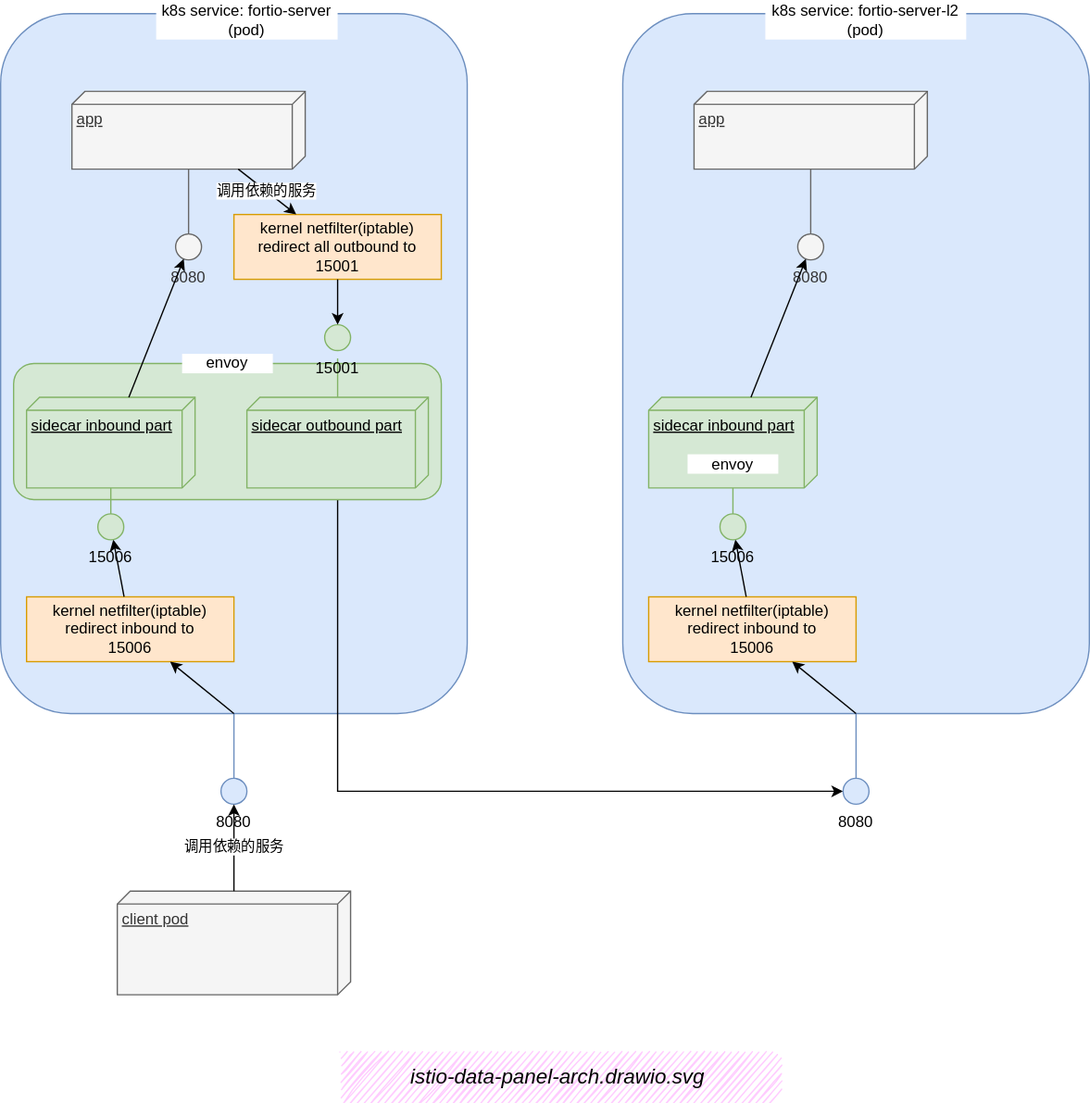
The draw.io diagram docs/source/ch1-istio-arch/istio-data-panel-arch.assets/istio-data-panel-arch.drawio.svg in labilezhu/istio-insider, before a commit. Source tidied: cells renumbered, new cells last; positions are measured from the earlier drawing's top-left corner, leaving out a move shared by most shapes. Its diagram source:
```xml
<mxGraphModel>
  <root>
    <mxCell id="0" />
    <mxCell id="1" parent="0" />
    <mxCell id="2" value="client pod" style="verticalAlign=top;align=left;spacingTop=8;spacingLeft=2;spacingRight=12;shape=cube;size=10;direction=south;fontStyle=4;html=1;fillColor=#f5f5f5;strokeColor=#666666;fontColor=#333333;" parent="1" vertex="1">
      <mxGeometry x="90" y="687" width="180" height="80" as="geometry" />
    </mxCell>
    <mxCell id="3" style="rounded=1;whiteSpace=wrap;html=1;fillColor=#dae8fc;strokeColor=#6c8ebf;" parent="1" vertex="1">
      <mxGeometry y="10" width="360" height="540" as="geometry" />
    </mxCell>
    <mxCell id="4" value="app" style="verticalAlign=top;align=left;spacingTop=8;spacingLeft=2;spacingRight=12;shape=cube;size=10;direction=south;fontStyle=4;html=1;fillColor=#f5f5f5;strokeColor=#666666;fontColor=#333333;" parent="1" vertex="1">
      <mxGeometry x="55" y="70" width="180" height="60" as="geometry" />
    </mxCell>
    <mxCell id="5" style="jettySize=auto;html=1;endArrow=none;fontSize=12;fontColor=#333333;fontStyle=4;align=left;verticalAlign=top;strokeColor=#666666;fillColor=#f5f5f5;spacingTop=8;spacingLeft=2;spacingRight=12;" parent="1" edge="1" source="4" target="6">
      <mxGeometry relative="1" as="geometry" />
    </mxCell>
    <mxCell id="6" value="8080" style="ellipse;whiteSpace=wrap;html=1;align=center;points=[];outlineConnect=0;sketch=0;labelPosition=center;verticalLabelPosition=bottom;verticalAlign=top;fillColor=#f5f5f5;strokeColor=#666666;fontColor=#333333;" parent="1" vertex="1">
      <mxGeometry x="135" y="180" width="20" height="20" as="geometry" />
    </mxCell>
    <mxCell id="7" style="rounded=1;jettySize=auto;html=1;endArrow=none;exitX=0.5;exitY=1;exitDx=0;exitDy=0;fontSize=12;strokeColor=#6c8ebf;fillColor=#dae8fc;" parent="1" edge="1" source="3" target="8">
      <mxGeometry relative="1" as="geometry" />
    </mxCell>
    <mxCell id="8" value="8080" style="ellipse;whiteSpace=wrap;html=1;align=center;points=[];outlineConnect=0;sketch=0;labelPosition=center;verticalLabelPosition=bottom;verticalAlign=top;fillColor=#dae8fc;strokeColor=#6c8ebf;" parent="1" vertex="1">
      <mxGeometry x="170" y="600" width="20" height="20" as="geometry" />
    </mxCell>
    <mxCell id="9" value="kernel netfilter(iptable)&lt;br&gt;&amp;nbsp;redirect inbound to&lt;br&gt;15006" style="rounded=0;whiteSpace=wrap;html=1;fillColor=#ffe6cc;strokeColor=#d79b00;" parent="1" vertex="1">
      <mxGeometry x="20" y="460" width="160" height="50" as="geometry" />
    </mxCell>
    <mxCell id="10" value="调用依赖的服务" style="endArrow=classic;html=1;rounded=0;" parent="1" edge="1" source="2" target="8">
      <mxGeometry relative="1" as="geometry" />
    </mxCell>
    <mxCell id="11" value="k8s service:&amp;nbsp;fortio-server&lt;br&gt;(pod)" style="text;html=1;strokeColor=none;fillColor=default;align=center;verticalAlign=middle;whiteSpace=wrap;rounded=0;" parent="1" vertex="1">
      <mxGeometry x="120" width="140" height="30" as="geometry" />
    </mxCell>
    <mxCell id="12" style="endArrow=classic;html=1;rounded=0;exitX=0.5;exitY=1;exitDx=0;exitDy=0;" parent="1" edge="1" source="3" target="9">
      <mxGeometry relative="1" as="geometry" />
    </mxCell>
    <mxCell id="13" style="endArrow=classic;html=1;rounded=0;" parent="1" edge="1" source="9" target="34">
      <mxGeometry relative="1" as="geometry" />
    </mxCell>
    <mxCell id="14" value="kernel netfilter(iptable)&lt;br&gt;&amp;nbsp;redirect all outbound to&lt;br&gt;15001" style="rounded=0;whiteSpace=wrap;html=1;fillColor=#ffe6cc;strokeColor=#d79b00;" parent="1" vertex="1">
      <mxGeometry x="180" y="165" width="160" height="50" as="geometry" />
    </mxCell>
    <mxCell id="15" value="调用依赖的服务" style="endArrow=classic;html=1;rounded=0;" parent="1" edge="1" source="4" target="14">
      <mxGeometry relative="1" as="geometry" />
    </mxCell>
    <mxCell id="16" style="rounded=1;whiteSpace=wrap;html=1;fillColor=#dae8fc;strokeColor=#6c8ebf;" parent="1" vertex="1">
      <mxGeometry x="480" y="10" width="360" height="540" as="geometry" />
    </mxCell>
    <mxCell id="17" value="app" style="verticalAlign=top;align=left;spacingTop=8;spacingLeft=2;spacingRight=12;shape=cube;size=10;direction=south;fontStyle=4;html=1;fillColor=#f5f5f5;strokeColor=#666666;fontColor=#333333;" parent="1" vertex="1">
      <mxGeometry x="535" y="70" width="180" height="60" as="geometry" />
    </mxCell>
    <mxCell id="18" style="jettySize=auto;html=1;endArrow=none;fontSize=12;fontColor=#333333;fontStyle=4;align=left;verticalAlign=top;strokeColor=#666666;fillColor=#f5f5f5;spacingTop=8;spacingLeft=2;spacingRight=12;" parent="1" edge="1" source="17" target="19">
      <mxGeometry relative="1" as="geometry" />
    </mxCell>
    <mxCell id="19" value="8080" style="ellipse;whiteSpace=wrap;html=1;align=center;points=[];outlineConnect=0;sketch=0;labelPosition=center;verticalLabelPosition=bottom;verticalAlign=top;fillColor=#f5f5f5;strokeColor=#666666;fontColor=#333333;" parent="1" vertex="1">
      <mxGeometry x="615" y="180" width="20" height="20" as="geometry" />
    </mxCell>
    <mxCell id="20" value="sidecar inbound part" style="verticalAlign=top;align=left;spacingTop=8;spacingLeft=2;spacingRight=12;shape=cube;size=10;direction=south;fontStyle=4;html=1;fillColor=#d5e8d4;strokeColor=#82b366;" parent="1" vertex="1">
      <mxGeometry x="500" y="306" width="130" height="70" as="geometry" />
    </mxCell>
    <mxCell id="21" value="kernel netfilter(iptable)&lt;br&gt;&amp;nbsp;redirect inbound to&lt;br&gt;15006" style="rounded=0;whiteSpace=wrap;html=1;fillColor=#ffe6cc;strokeColor=#d79b00;" parent="1" vertex="1">
      <mxGeometry x="500" y="460" width="160" height="50" as="geometry" />
    </mxCell>
    <mxCell id="22" value="k8s service:&amp;nbsp;fortio-server-l2&lt;br&gt;(pod)" style="text;html=1;strokeColor=none;fillColor=default;align=center;verticalAlign=middle;whiteSpace=wrap;rounded=0;" parent="1" vertex="1">
      <mxGeometry x="590" width="155" height="30" as="geometry" />
    </mxCell>
    <mxCell id="23" style="rounded=0;jettySize=auto;html=1;endArrow=none;endFill=0;sketch=0;sourcePerimeterSpacing=0;targetPerimeterSpacing=0;fillColor=#d5e8d4;strokeColor=#82b366;" parent="1" edge="1" source="20" target="24">
      <mxGeometry relative="1" as="geometry" />
    </mxCell>
    <mxCell id="24" value="15006" style="ellipse;whiteSpace=wrap;html=1;align=center;points=[];outlineConnect=0;sketch=0;labelPosition=center;verticalLabelPosition=bottom;verticalAlign=top;fillColor=#d5e8d4;strokeColor=#82b366;" parent="1" vertex="1">
      <mxGeometry x="555" y="396" width="20" height="20" as="geometry" />
    </mxCell>
    <mxCell id="25" style="endArrow=classic;html=1;rounded=0;" parent="1" edge="1" source="20" target="19">
      <mxGeometry relative="1" as="geometry" />
    </mxCell>
    <mxCell id="26" style="endArrow=classic;html=1;rounded=0;" parent="1" edge="1" source="21" target="24">
      <mxGeometry relative="1" as="geometry" />
    </mxCell>
    <mxCell id="27" style="endArrow=classic;html=1;rounded=0;edgeStyle=orthogonalEdgeStyle;" parent="1" edge="1" source="35" target="29">
      <mxGeometry relative="1" as="geometry">
        <Array as="points">
          <mxPoint x="260" y="610" />
        </Array>
      </mxGeometry>
    </mxCell>
    <mxCell id="28" style="rounded=1;jettySize=auto;html=1;endArrow=none;fontSize=12;strokeColor=#6c8ebf;fillColor=#dae8fc;" parent="1" edge="1" source="16" target="29">
      <mxGeometry relative="1" as="geometry" />
    </mxCell>
    <mxCell id="29" value="8080" style="ellipse;whiteSpace=wrap;html=1;align=center;points=[];outlineConnect=0;sketch=0;labelPosition=center;verticalLabelPosition=bottom;verticalAlign=top;fillColor=#dae8fc;strokeColor=#6c8ebf;" parent="1" vertex="1">
      <mxGeometry x="650" y="600" width="20" height="20" as="geometry" />
    </mxCell>
    <mxCell id="30" style="endArrow=classic;html=1;rounded=0;exitX=0.5;exitY=1;exitDx=0;exitDy=0;" parent="1" edge="1" source="16" target="21">
      <mxGeometry relative="1" as="geometry" />
    </mxCell>
    <mxCell id="31" style="rounded=1;whiteSpace=wrap;html=1;fillColor=#d5e8d4;strokeColor=#82b366;" parent="1" vertex="1">
      <mxGeometry x="10" y="280" width="330" height="105" as="geometry" />
    </mxCell>
    <mxCell id="32" value="sidecar inbound part" style="verticalAlign=top;align=left;spacingTop=8;spacingLeft=2;spacingRight=12;shape=cube;size=10;direction=south;fontStyle=4;html=1;fillColor=#d5e8d4;strokeColor=#82b366;" parent="1" vertex="1">
      <mxGeometry x="20" y="306" width="130" height="70" as="geometry" />
    </mxCell>
    <mxCell id="33" style="rounded=0;jettySize=auto;html=1;endArrow=none;endFill=0;sketch=0;sourcePerimeterSpacing=0;targetPerimeterSpacing=0;fillColor=#d5e8d4;strokeColor=#82b366;" parent="1" edge="1" source="32" target="34">
      <mxGeometry relative="1" as="geometry" />
    </mxCell>
    <mxCell id="34" value="15006" style="ellipse;whiteSpace=wrap;html=1;align=center;points=[];outlineConnect=0;sketch=0;labelPosition=center;verticalLabelPosition=bottom;verticalAlign=top;fillColor=#d5e8d4;strokeColor=#82b366;" parent="1" vertex="1">
      <mxGeometry x="75" y="396" width="20" height="20" as="geometry" />
    </mxCell>
    <mxCell id="35" value="sidecar outbound part" style="verticalAlign=top;align=left;spacingTop=8;spacingLeft=2;spacingRight=12;shape=cube;size=10;direction=south;fontStyle=4;html=1;fillColor=#d5e8d4;strokeColor=#82b366;" parent="1" vertex="1">
      <mxGeometry x="190" y="306" width="140" height="70" as="geometry" />
    </mxCell>
    <mxCell id="36" style="rounded=0;jettySize=auto;html=1;endArrow=none;endFill=0;sketch=0;sourcePerimeterSpacing=0;targetPerimeterSpacing=0;fillColor=#d5e8d4;strokeColor=#82b366;" parent="1" edge="1" source="35">
      <mxGeometry relative="1" as="geometry">
        <mxPoint x="260" y="276" as="targetPoint" />
      </mxGeometry>
    </mxCell>
    <mxCell id="37" value="15001" style="ellipse;whiteSpace=wrap;html=1;align=center;points=[];outlineConnect=0;sketch=0;labelPosition=center;verticalLabelPosition=bottom;verticalAlign=top;fillColor=#d5e8d4;strokeColor=#82b366;" parent="1" vertex="1">
      <mxGeometry x="250" y="250" width="20" height="20" as="geometry" />
    </mxCell>
    <mxCell id="38" style="endArrow=classic;html=1;rounded=0;" parent="1" edge="1" source="14" target="37">
      <mxGeometry relative="1" as="geometry" />
    </mxCell>
    <mxCell id="39" style="endArrow=classic;html=1;rounded=0;" parent="1" edge="1" source="32" target="6">
      <mxGeometry relative="1" as="geometry" />
    </mxCell>
    <object id="40" label="%page%" a="b" placeholders="1">
      <mxCell style="text;html=1;strokeColor=none;fillColor=#FFCCFF;align=center;verticalAlign=middle;whiteSpace=wrap;rounded=1;glass=0;sketch=1;shadow=0;fontStyle=2;fontSize=16;" parent="1" vertex="1">
        <mxGeometry x="260" y="810" width="340" height="40" as="geometry" />
      </mxCell>
    </object>
    <mxCell id="41" value="envoy" style="text;html=1;strokeColor=none;fillColor=default;align=center;verticalAlign=middle;whiteSpace=wrap;rounded=0;" parent="1" vertex="1">
      <mxGeometry x="140" y="272.5" width="70" height="15" as="geometry" />
    </mxCell>
    <mxCell id="42" value="envoy" style="text;html=1;strokeColor=none;fillColor=default;align=center;verticalAlign=middle;whiteSpace=wrap;rounded=0;" parent="1" vertex="1">
      <mxGeometry x="530" y="350" width="70" height="15" as="geometry" />
    </mxCell>
  </root>
</mxGraphModel>
```
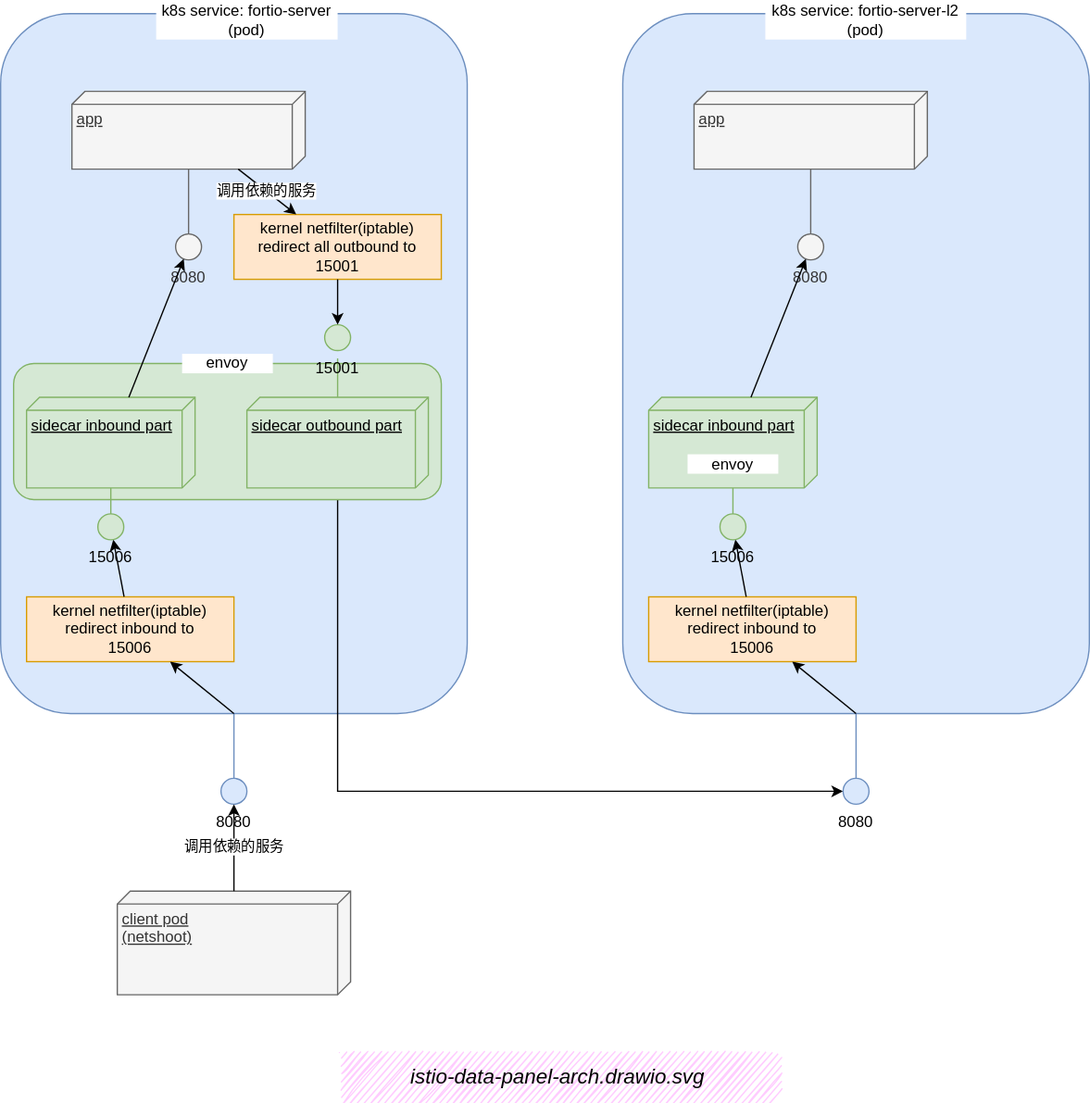
After the change.

The edit, as a diff of the source:
```diff
@@ -2,7 +2,7 @@
   <root>
     <mxCell id="0" />
     <mxCell id="1" parent="0" />
-    <mxCell id="2" value="client pod" style="verticalAlign=top;align=left;spacingTop=8;spacingLeft=2;spacingRight=12;shape=cube;size=10;direction=south;fontStyle=4;html=1;fillColor=#f5f5f5;strokeColor=#666666;fontColor=#333333;" parent="1" vertex="1">
+    <mxCell id="2" value="client pod&lt;br&gt;(netshoot)" style="verticalAlign=top;align=left;spacingTop=8;spacingLeft=2;spacingRight=12;shape=cube;size=10;direction=south;fontStyle=4;html=1;fillColor=#f5f5f5;strokeColor=#666666;fontColor=#333333;" parent="1" vertex="1">
       <mxGeometry x="90" y="687" width="180" height="80" as="geometry" />
     </mxCell>
     <mxCell id="3" style="rounded=1;whiteSpace=wrap;html=1;fillColor=#dae8fc;strokeColor=#6c8ebf;" parent="1" vertex="1">
```
